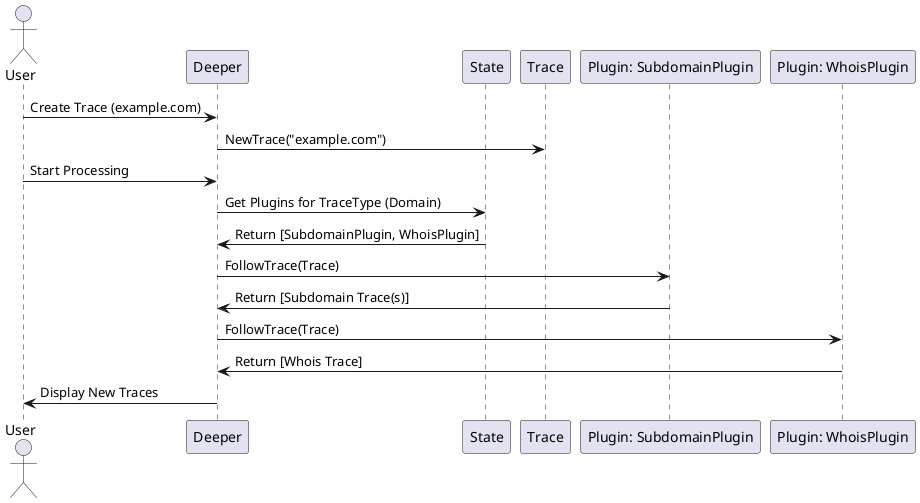
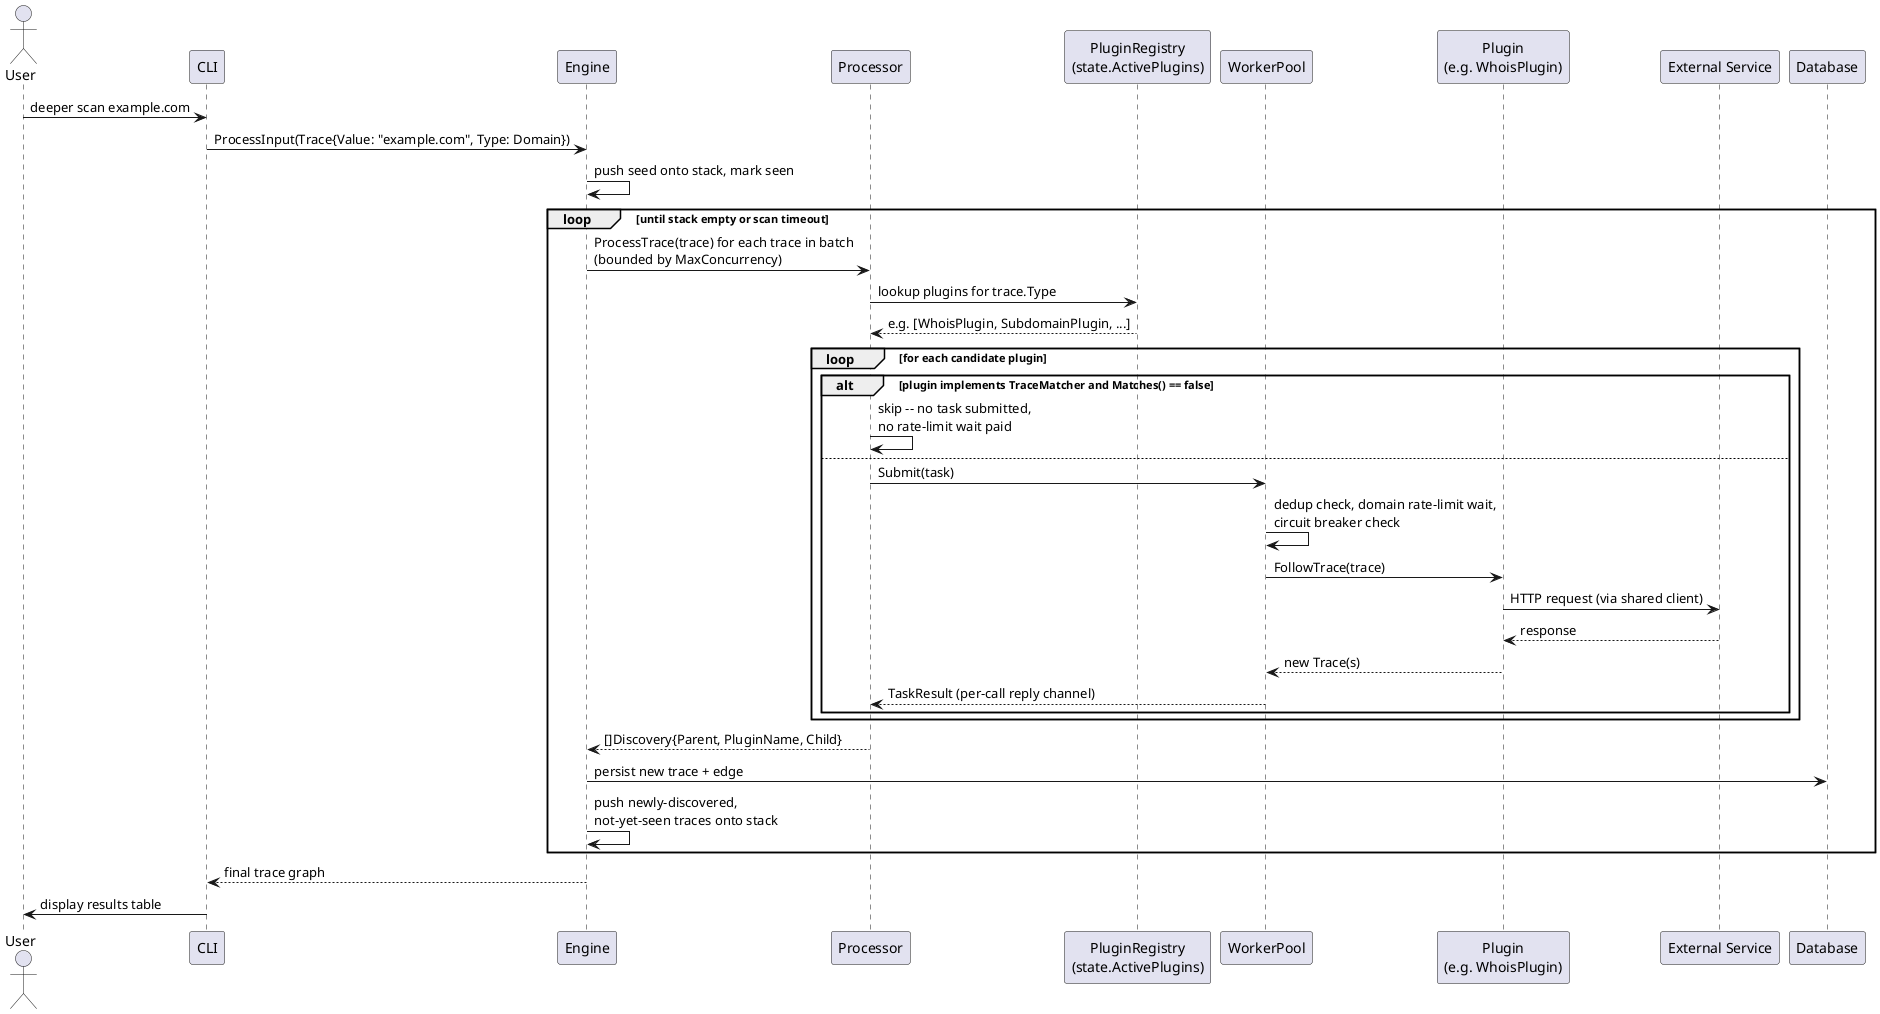
@startuml Sequence
actor User

- participant "Deeper" as Deeper
- participant "State" as State
- participant "Trace" as Trace
- participant "Plugin: SubdomainPlugin" as SubdomainPlugin
- participant "Plugin: WhoisPlugin" as WhoisPlugin
+ participant "CLI" as CLI
+ participant "Engine" as Engine
+ participant "Processor" as Processor
+ participant "PluginRegistry\n(state.ActivePlugins)" as Registry
+ participant "WorkerPool" as Pool
+ participant "Plugin\n(e.g. WhoisPlugin)" as Plugin
+ participant "External Service" as Ext
+ participant "Database" as DB

- User -> Deeper: Create Trace (example.com)
- Deeper -> Trace: NewTrace("example.com")
+ User -> CLI: deeper scan example.com
+ CLI -> Engine: ProcessInput(Trace{Value: "example.com", Type: Domain})
+ Engine -> Engine: push seed onto stack, mark seen

- User -> Deeper: Start Processing
- Deeper -> State: Get Plugins for TraceType (Domain)
- State -> Deeper: Return [SubdomainPlugin, WhoisPlugin]
+ loop until stack empty or scan timeout
+     Engine -> Processor: ProcessTrace(trace) for each trace in batch\n(bounded by MaxConcurrency)
+     Processor -> Registry: lookup plugins for trace.Type
+     Registry --> Processor: e.g. [WhoisPlugin, SubdomainPlugin, ...]

- Deeper -> SubdomainPlugin: FollowTrace(Trace)
- SubdomainPlugin -> Deeper: Return [Subdomain Trace(s)]
+     loop for each candidate plugin
+         alt plugin implements TraceMatcher and Matches() == false
+             Processor -> Processor: skip -- no task submitted,\nno rate-limit wait paid
+         else
+             Processor -> Pool: Submit(task)
+             Pool -> Pool: dedup check, domain rate-limit wait,\ncircuit breaker check
+             Pool -> Plugin: FollowTrace(trace)
+             Plugin -> Ext: HTTP request (via shared client)
+             Ext --> Plugin: response
+             Plugin --> Pool: new Trace(s)
+             Pool --> Processor: TaskResult (per-call reply channel)
+         end
+     end

- Deeper -> WhoisPlugin: FollowTrace(Trace)
- WhoisPlugin -> Deeper: Return [Whois Trace]
+     Processor --> Engine: []Discovery{Parent, PluginName, Child}
+     Engine -> DB: persist new trace + edge
+     Engine -> Engine: push newly-discovered,\nnot-yet-seen traces onto stack
+ end

- Deeper -> User: Display New Traces
+ Engine --> CLI: final trace graph
+ CLI -> User: display results table

@enduml
